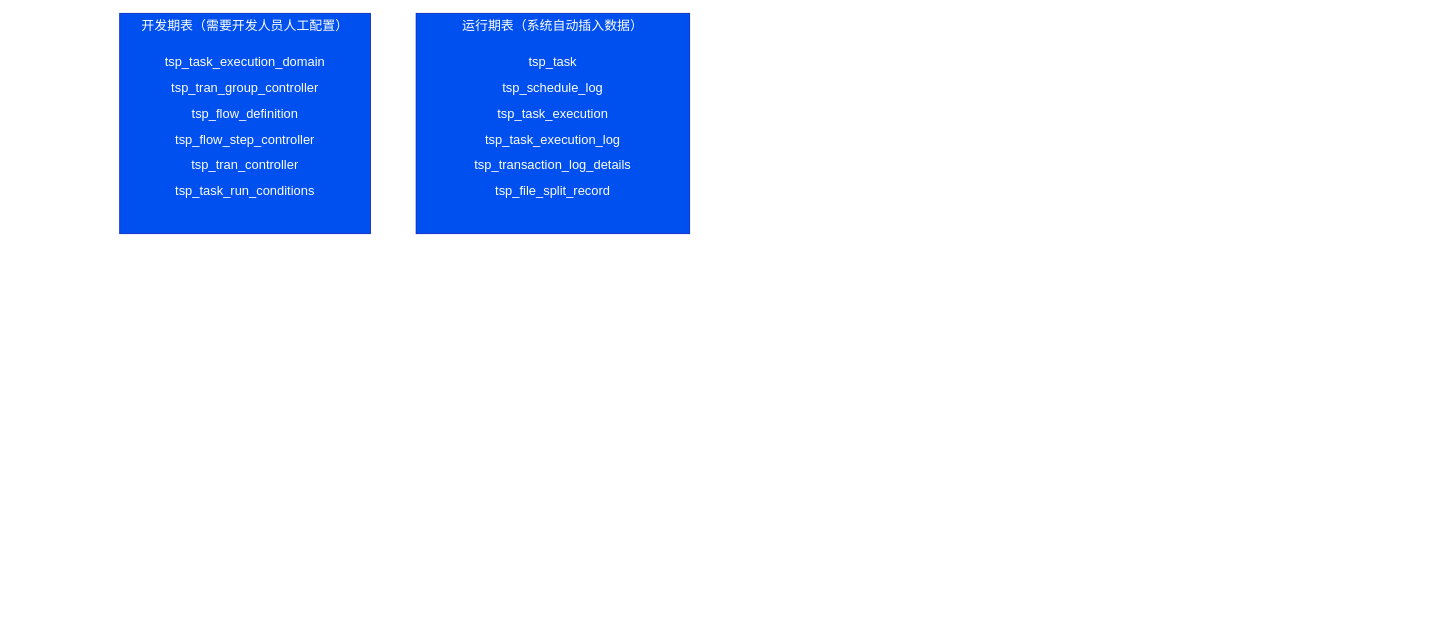
Earlier version of the draw.io diagram 批量ER图.drawio (paidaxingz/draw.io). Source tidied: cells renumbered, new cells numbered last; positions are measured from the earlier drawing's top-left corner, leaving out a move shared by most shapes. Both pictures are drawn from the tidied source at 76%, with x=0, y=0 at pixel (119, 13).
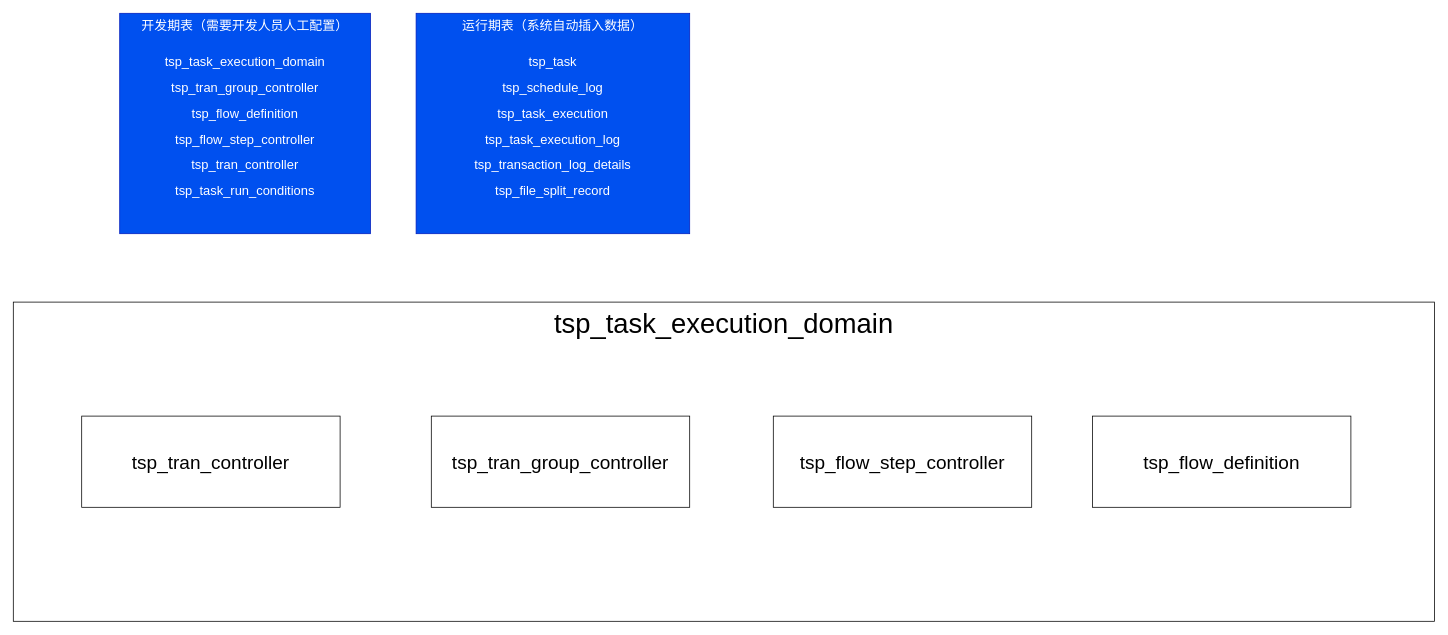
After the change.

Commit message:
更新批量ER图.drawio

What changed in the source:
```diff
@@
 <mxGraphModel>
   <root>
     <mxCell id="0" />
     <mxCell id="1" parent="0" />
+    <mxCell id="4" value="tsp_task_execution_domain" style="rounded=0;whiteSpace=wrap;html=1;verticalAlign=top;fontSize=36;" parent="1" vertex="1">
+      <mxGeometry x="-140" y="380" width="1870" height="420" as="geometry" />
+    </mxCell>
     <mxCell id="2" value="开发期表（需要开发人员人工配置）&lt;div&gt;&lt;br&gt;&lt;/div&gt;&lt;div style=&quot;line-height: 200%;&quot;&gt;tsp_task_execution_domain&lt;/div&gt;&lt;div style=&quot;line-height: 200%;&quot;&gt;tsp_tran_group_controller&lt;/div&gt;&lt;div style=&quot;line-height: 200%;&quot;&gt;tsp_flow_definition&lt;/div&gt;&lt;div style=&quot;line-height: 200%;&quot;&gt;tsp_flow_step_controller&lt;/div&gt;&lt;div style=&quot;line-height: 200%;&quot;&gt;tsp_tran_controller&lt;/div&gt;&lt;div style=&quot;line-height: 200%;&quot;&gt;tsp_task_run_conditions&lt;/div&gt;" style="rounded=0;whiteSpace=wrap;html=1;verticalAlign=top;fillColor=#0050ef;strokeColor=#001DBC;fontColor=#ffffff;fontSize=17;" parent="1" vertex="1">
       <mxGeometry width="330" height="290" as="geometry" />
     </mxCell>
     <mxCell id="3" value="运行期表（系统自动插入数据）&lt;div&gt;&lt;br&gt;&lt;/div&gt;&lt;div style=&quot;line-height: 200%;&quot;&gt;tsp_task&lt;/div&gt;&lt;div style=&quot;line-height: 200%;&quot;&gt;tsp_schedule_log&lt;/div&gt;&lt;div style=&quot;line-height: 200%;&quot;&gt;tsp_task_execution&lt;/div&gt;&lt;div style=&quot;line-height: 200%;&quot;&gt;tsp_task_execution_log&lt;/div&gt;&lt;div style=&quot;line-height: 200%;&quot;&gt;tsp_transaction_log_details&lt;/div&gt;&lt;div style=&quot;line-height: 200%;&quot;&gt;tsp_file_split_record&lt;/div&gt;" style="rounded=0;whiteSpace=wrap;html=1;verticalAlign=top;fillColor=#0050ef;strokeColor=#001DBC;fontColor=#ffffff;fontSize=17;" parent="1" vertex="1">
       <mxGeometry x="390" width="360" height="290" as="geometry" />
     </mxCell>
+    <mxCell id="5" value="tsp_tran_controller" style="rounded=0;whiteSpace=wrap;html=1;verticalAlign=middle;fontSize=25;" parent="1" vertex="1">
+      <mxGeometry x="-50" y="530" width="340" height="120" as="geometry" />
+    </mxCell>
+    <mxCell id="6" value="tsp_tran_group_controller" style="rounded=0;whiteSpace=wrap;html=1;verticalAlign=middle;fontSize=25;" parent="1" vertex="1">
+      <mxGeometry x="410" y="530" width="340" height="120" as="geometry" />
+    </mxCell>
+    <mxCell id="7" value="tsp_flow_step_controller" style="rounded=0;whiteSpace=wrap;html=1;verticalAlign=middle;fontSize=25;" parent="1" vertex="1">
+      <mxGeometry x="860" y="530" width="340" height="120" as="geometry" />
+    </mxCell>
+    <mxCell id="8" value="tsp_flow_definition" style="rounded=0;whiteSpace=wrap;html=1;verticalAlign=middle;fontSize=25;" parent="1" vertex="1">
+      <mxGeometry x="1280" y="530" width="340" height="120" as="geometry" />
+    </mxCell>
   </root>
 </mxGraphModel>
```
